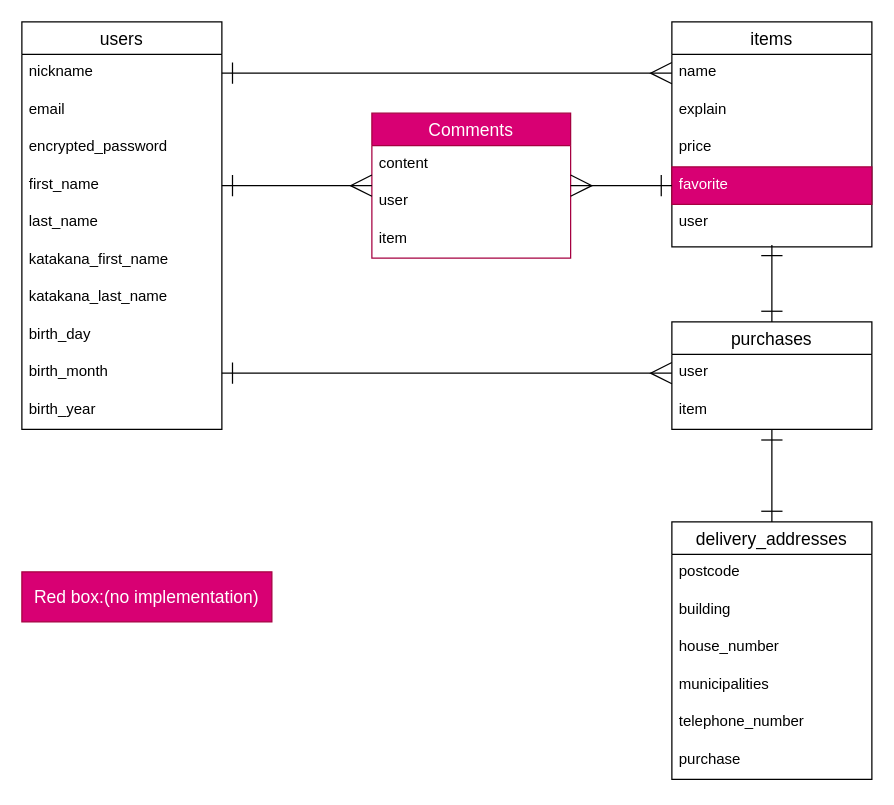
Above: ER.dio in IseUtoshi/furima-37884 (draw.io), before the change. Source tidied: cells renumbered, new cells numbered last; positions are measured from the earlier drawing's top-left corner, leaving out a move shared by most shapes. Both pictures are drawn from the tidied source at 125%, with x=0, y=0 at pixel (21, 21).
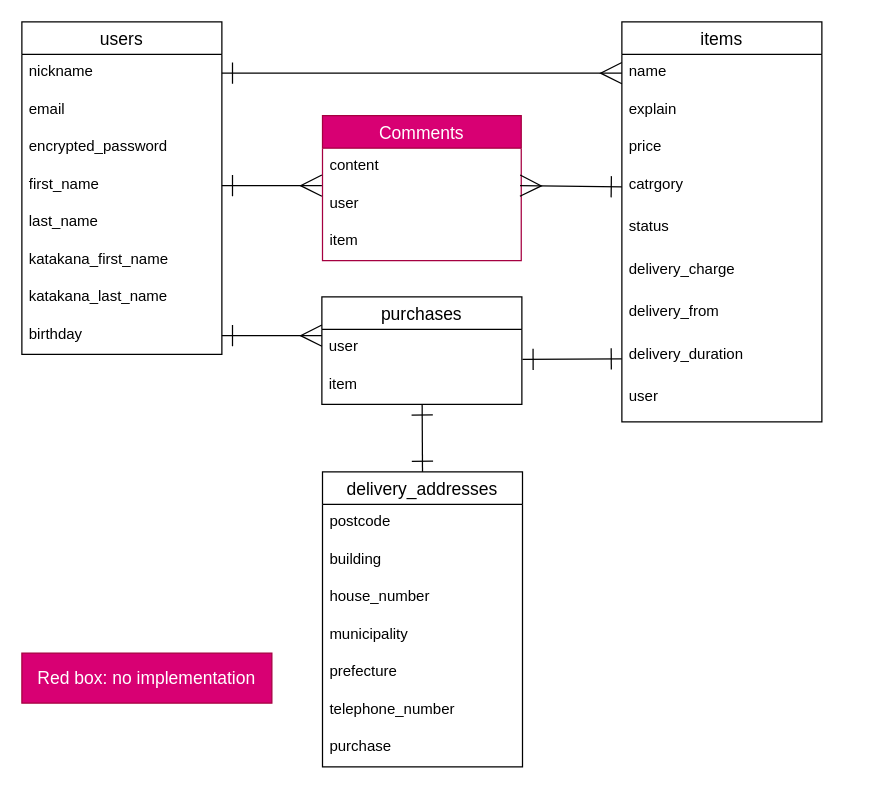
The same page after the edit.

Commit message (it also covers changes not shown here):
コメント指摘箇所の修正2

The change refers to these unchanged cells:
```xml
<mxCell id="6" value="first_name" style="text;strokeColor=none;fillColor=none;spacingLeft=4;spacingRight=4;overflow=hidden;points=[[0,0.5],[1,0.5]];portConstraint=eastwest;fontSize=12;" parent="2" vertex="1">
  <mxGeometry y="116" width="160" height="30" as="geometry" />
</mxCell>
<mxCell id="22" value="user" style="text;strokeColor=none;fillColor=none;spacingLeft=4;spacingRight=4;overflow=hidden;points=[[0,0.5],[1,0.5]];portConstraint=eastwest;fontSize=12;" parent="20" vertex="1">
  <mxGeometry y="56" width="159" height="30" as="geometry" />
</mxCell>
<mxCell id="36" value="user" style="text;strokeColor=none;fillColor=none;spacingLeft=4;spacingRight=4;overflow=hidden;points=[[0,0.5],[1,0.5]];portConstraint=eastwest;fontSize=12;" parent="35" vertex="1">
  <mxGeometry y="26" width="160" height="30" as="geometry" />
</mxCell>
```

Diff of the diagram source:
```diff
@@
     <mxCell id="2" value="users" style="swimlane;fontStyle=0;horizontal=1;startSize=26;align=center;fontSize=14;swimlaneLine=1;" parent="1" vertex="1">
-      <mxGeometry width="160" height="326" as="geometry" />
+      <mxGeometry width="160" height="266" as="geometry" />
     </mxCell>
@@
-    <mxCell id="10" value="birth_day" style="text;strokeColor=none;fillColor=none;spacingLeft=4;spacingRight=4;overflow=hidden;points=[[0,0.5],[1,0.5]];portConstraint=eastwest;fontSize=12;" parent="2" vertex="1">
+    <mxCell id="10" value="birthday" style="text;strokeColor=none;fillColor=none;spacingLeft=4;spacingRight=4;overflow=hidden;points=[[0,0.5],[1,0.5]];portConstraint=eastwest;fontSize=12;" parent="2" vertex="1">
       <mxGeometry y="236" width="160" height="30" as="geometry" />
     </mxCell>
-    <mxCell id="11" value="birth_month" style="text;strokeColor=none;fillColor=none;spacingLeft=4;spacingRight=4;overflow=hidden;points=[[0,0.5],[1,0.5]];portConstraint=eastwest;fontSize=12;" parent="2" vertex="1">
-      <mxGeometry y="266" width="160" height="30" as="geometry" />
-    </mxCell>
-    <mxCell id="12" value="birth_year" style="text;strokeColor=none;fillColor=none;spacingLeft=4;spacingRight=4;overflow=hidden;fontSize=12;" parent="2" vertex="1">
-      <mxGeometry y="296" width="160" height="30" as="geometry" />
-    </mxCell>
     <mxCell id="13" value="items" style="swimlane;fontStyle=0;horizontal=1;startSize=26;align=center;fontSize=14;" parent="1" vertex="1">
-      <mxGeometry x="520" width="160" height="180" as="geometry" />
+      <mxGeometry x="480" width="160" height="320" as="geometry" />
     </mxCell>
@@
-    <mxCell id="17" value="favorite" style="text;strokeColor=#A50040;fillColor=#d80073;spacingLeft=4;spacingRight=4;overflow=hidden;points=[[0,0.5],[1,0.5]];portConstraint=eastwest;fontSize=12;fontColor=#ffffff;" parent="13" vertex="1">
-      <mxGeometry y="116" width="160" height="30" as="geometry" />
-    </mxCell>
-    <mxCell id="18" value="user" style="text;strokeColor=none;fillColor=none;spacingLeft=4;spacingRight=4;overflow=hidden;points=[[0,0.5],[1,0.5]];portConstraint=eastwest;fontSize=12;" parent="13" vertex="1">
-      <mxGeometry y="146" width="160" height="34" as="geometry" />
+    <mxCell id="18" value="catrgory" style="text;strokeColor=none;fillColor=none;spacingLeft=4;spacingRight=4;overflow=hidden;points=[[0,0.5],[1,0.5]];portConstraint=eastwest;fontSize=12;" parent="13" vertex="1">
+      <mxGeometry y="116" width="160" height="34" as="geometry" />
     </mxCell>
+    <mxCell id="40" value="status" style="text;strokeColor=none;fillColor=none;spacingLeft=4;spacingRight=4;overflow=hidden;fontSize=12;" parent="13" vertex="1">
+      <mxGeometry y="150" width="160" height="34" as="geometry" />
+    </mxCell>
+    <mxCell id="41" value="delivery_charge" style="text;strokeColor=none;fillColor=none;spacingLeft=4;spacingRight=4;overflow=hidden;fontSize=12;" parent="13" vertex="1">
+      <mxGeometry y="184" width="160" height="34" as="geometry" />
+    </mxCell>
+    <mxCell id="42" value="delivery_from" style="text;strokeColor=none;fillColor=none;spacingLeft=4;spacingRight=4;overflow=hidden;fontSize=12;" parent="13" vertex="1">
+      <mxGeometry y="218" width="160" height="34" as="geometry" />
+    </mxCell>
+    <mxCell id="43" value="delivery_duration" style="text;strokeColor=none;fillColor=none;spacingLeft=4;spacingRight=4;overflow=hidden;points=[[0,0.5],[1,0.5]];portConstraint=eastwest;fontSize=12;" parent="13" vertex="1">
+      <mxGeometry y="252" width="160" height="34" as="geometry" />
+    </mxCell>
+    <mxCell id="44" value="user" style="text;strokeColor=none;fillColor=none;spacingLeft=4;spacingRight=4;overflow=hidden;fontSize=12;" parent="13" vertex="1">
+      <mxGeometry y="286" width="160" height="34" as="geometry" />
+    </mxCell>
@@
     <mxCell id="20" value="Comments" style="swimlane;fontStyle=0;horizontal=1;startSize=26;align=center;fontSize=14;fillColor=#d80073;fontColor=#ffffff;strokeColor=#A50040;" parent="1" vertex="1">
-      <mxGeometry x="280" y="73" width="159" height="116" as="geometry" />
+      <mxGeometry x="240.5" y="75" width="159" height="116" as="geometry" />
     </mxCell>
@@
     <mxCell id="24" value="delivery_addresses" style="swimlane;fontStyle=0;horizontal=1;startSize=26;align=center;fontSize=14;" parent="1" vertex="1">
-      <mxGeometry x="520" y="400" width="160" height="206" as="geometry" />
+      <mxGeometry x="240.5" y="360" width="160" height="236" as="geometry" />
     </mxCell>
@@
-    <mxCell id="28" value="municipalities" style="text;strokeColor=none;fillColor=none;spacingLeft=4;spacingRight=4;overflow=hidden;fontSize=12;" parent="24" vertex="1">
+    <mxCell id="28" value="municipality" style="text;strokeColor=none;fillColor=none;spacingLeft=4;spacingRight=4;overflow=hidden;fontSize=12;" parent="24" vertex="1">
       <mxGeometry y="116" width="160" height="30" as="geometry" />
     </mxCell>
+    <mxCell id="45" value="prefecture" style="text;strokeColor=none;fillColor=none;spacingLeft=4;spacingRight=4;overflow=hidden;fontSize=12;" parent="24" vertex="1">
+      <mxGeometry y="146" width="160" height="30" as="geometry" />
+    </mxCell>
     <mxCell id="29" value="telephone_number" style="text;strokeColor=none;fillColor=none;spacingLeft=4;spacingRight=4;overflow=hidden;fontSize=12;" parent="24" vertex="1">
-      <mxGeometry y="146" width="160" height="30" as="geometry" />
+      <mxGeometry y="176" width="160" height="30" as="geometry" />
     </mxCell>
     <mxCell id="30" value="purchase" style="text;strokeColor=none;fillColor=none;spacingLeft=4;spacingRight=4;overflow=hidden;fontSize=12;" parent="24" vertex="1">
-      <mxGeometry y="176" width="160" height="30" as="geometry" />
+      <mxGeometry y="206" width="160" height="30" as="geometry" />
     </mxCell>
-    <mxCell id="31" style="edgeStyle=orthogonalEdgeStyle;html=1;startArrow=ERone;startFill=0;endArrow=ERone;endFill=0;startSize=15;endSize=15;rounded=0;entryX=0.5;entryY=0;entryDx=0;entryDy=0;exitX=0.5;exitY=0.956;exitDx=0;exitDy=0;exitPerimeter=0;" parent="1" edge="1" source="18" target="35">
-      <mxGeometry relative="1" as="geometry">
-        <Array as="points">
-          <mxPoint x="600" y="240" />
-          <mxPoint x="600" y="240" />
-        </Array>
-      </mxGeometry>
-    </mxCell>
-    <mxCell id="32" style="edgeStyle=orthogonalEdgeStyle;rounded=0;html=1;startArrow=ERone;startFill=0;endArrow=ERmany;endFill=0;startSize=15;endSize=15;exitX=0;exitY=0.5;exitDx=0;exitDy=0;" parent="1" edge="1" source="17" target="20">
-      <mxGeometry relative="1" as="geometry">
-        <Array as="points">
-          <mxPoint x="480" y="131" />
-          <mxPoint x="480" y="131" />
-        </Array>
-      </mxGeometry>
-    </mxCell>
-    <mxCell id="33" style="edgeStyle=orthogonalEdgeStyle;rounded=0;html=1;startArrow=ERone;startFill=0;endArrow=ERmany;endFill=0;startSize=15;endSize=15;exitX=1;exitY=0.5;exitDx=0;exitDy=0;entryX=0;entryY=0.5;entryDx=0;entryDy=0;" parent="1" edge="1" source="11" target="36">
-      <mxGeometry relative="1" as="geometry" />
-    </mxCell>
-    <mxCell id="34" style="edgeStyle=orthogonalEdgeStyle;rounded=0;html=1;entryX=0.5;entryY=0;entryDx=0;entryDy=0;fontSize=14;startArrow=ERone;startFill=0;endArrow=ERone;endFill=0;startSize=15;endSize=15;" parent="1" edge="1" source="35" target="24">
+    <mxCell id="34" style="edgeStyle=none;rounded=0;html=1;entryX=0.5;entryY=0;entryDx=0;entryDy=0;fontSize=14;startArrow=ERone;startFill=0;endArrow=ERone;endFill=0;startSize=15;endSize=15;" parent="1" edge="1" source="35" target="24">
       <mxGeometry relative="1" as="geometry" />
     </mxCell>
     <mxCell id="35" value="purchases" style="swimlane;fontStyle=0;horizontal=1;startSize=26;align=center;fontSize=14;" parent="1" vertex="1">
-      <mxGeometry x="520" y="240" width="160" height="86" as="geometry" />
+      <mxGeometry x="240" y="220" width="160" height="86" as="geometry" />
     </mxCell>
@@
-    <mxCell id="38" value="Red box:&lt;span style=&quot;color: rgb(255 , 255 , 255)&quot;&gt;(no implementation)&lt;/span&gt;" style="whiteSpace=wrap;html=1;align=center;fontSize=14;fillColor=#d80073;fontColor=#ffffff;strokeColor=#A50040;" parent="1" vertex="1">
-      <mxGeometry y="440" width="200" height="40" as="geometry" />
+    <mxCell id="38" value="Red box:&amp;nbsp;&lt;span style=&quot;color: rgb(255 , 255 , 255)&quot;&gt;no implementation&lt;/span&gt;" style="whiteSpace=wrap;html=1;align=center;fontSize=14;fillColor=#d80073;fontColor=#ffffff;strokeColor=#A50040;" parent="1" vertex="1">
+      <mxGeometry y="505" width="200" height="40" as="geometry" />
     </mxCell>
-    <mxCell id="39" style="edgeStyle=orthogonalEdgeStyle;rounded=0;html=1;entryX=0;entryY=0.067;entryDx=0;entryDy=0;entryPerimeter=0;fontSize=14;startArrow=ERone;startFill=0;endArrow=ERmany;endFill=0;startSize=15;endSize=15;" parent="1" edge="1" source="6" target="22">
-      <mxGeometry relative="1" as="geometry" />
-    </mxCell>
+    <mxCell id="46" style="rounded=0;html=1;fontSize=14;startArrow=ERone;startFill=0;endArrow=ERmany;endFill=0;startSize=15;endSize=15;" parent="1" edge="1" source="10">
+      <mxGeometry relative="1" as="geometry">
+        <mxPoint x="240" y="251" as="targetPoint" />
+      </mxGeometry>
+    </mxCell>
+    <mxCell id="47" style="edgeStyle=none;rounded=0;html=1;fontSize=14;startArrow=ERone;startFill=0;endArrow=ERmany;endFill=0;startSize=15;endSize=15;" parent="1" edge="1" source="6">
+      <mxGeometry relative="1" as="geometry">
+        <mxPoint x="240" y="131" as="targetPoint" />
+      </mxGeometry>
+    </mxCell>
+    <mxCell id="48" style="edgeStyle=none;rounded=0;html=1;entryX=0.994;entryY=0;entryDx=0;entryDy=0;entryPerimeter=0;fontSize=14;startArrow=ERone;startFill=0;endArrow=ERmany;endFill=0;startSize=15;endSize=15;" parent="1" edge="1" source="18" target="22">
+      <mxGeometry relative="1" as="geometry" />
+    </mxCell>
+    <mxCell id="49" style="edgeStyle=none;rounded=0;html=1;entryX=1.003;entryY=0.8;entryDx=0;entryDy=0;entryPerimeter=0;fontSize=14;startArrow=ERone;startFill=0;endArrow=ERone;endFill=0;startSize=15;endSize=15;" parent="1" edge="1" source="43" target="36">
+      <mxGeometry relative="1" as="geometry" />
+    </mxCell>
```
